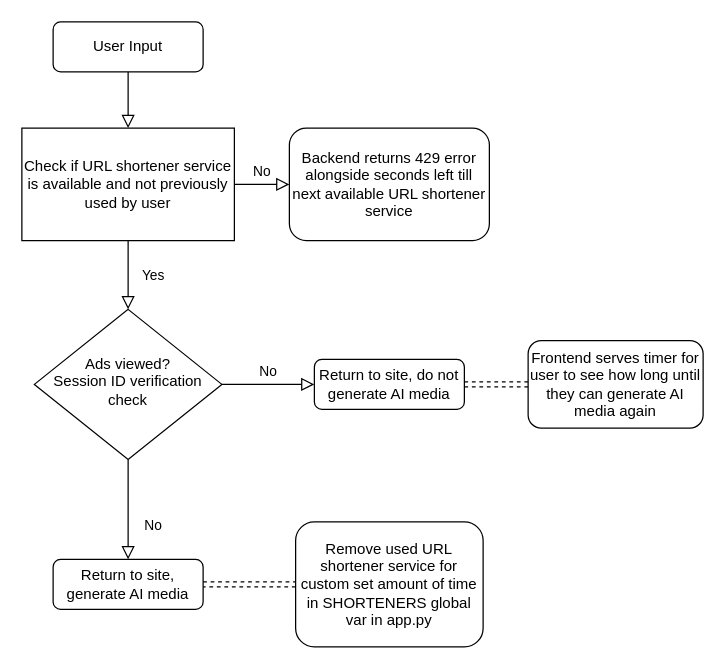
This is Untitled Diagram.drawio from ChristianS2001/Charts, a draw.io file, before an edit. Source tidied: cells renumbered, new cells numbered last; positions are measured from the earlier drawing's top-left corner, leaving out a move shared by most shapes. Both pictures are drawn from the tidied source at 125%, with x=0, y=0 at pixel (21, 21).
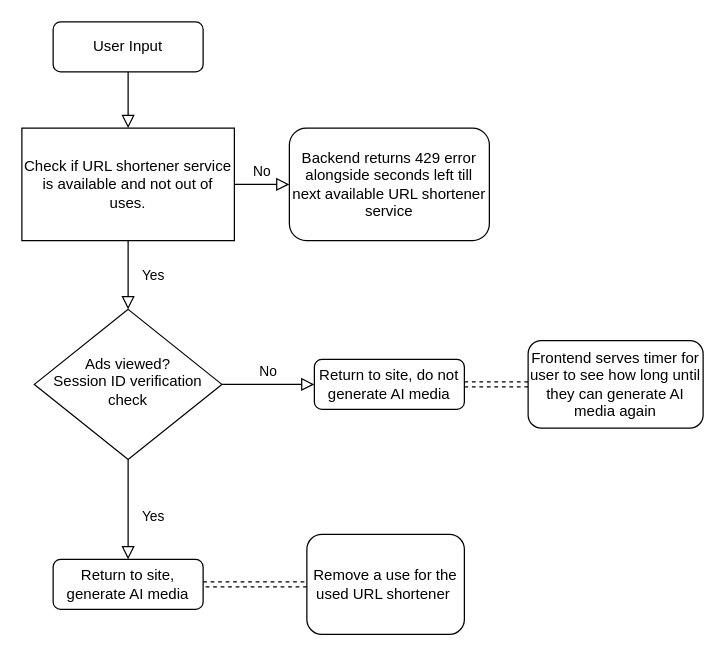
Above is the later version.

What changed in the source:
```diff
@@
 <mxGraphModel>
   <root>
     <mxCell id="0" />
     <mxCell id="1" parent="0" />
     <mxCell id="2" style="rounded=0;html=1;jettySize=auto;fontSize=11;endArrow=block;endFill=0;endSize=8;strokeWidth=1;shadow=0;labelBackgroundColor=none;edgeStyle=orthogonalEdgeStyle;entryX=0.5;entryY=0;entryDx=0;entryDy=0;" parent="1" edge="1" source="3" target="14">
       <mxGeometry relative="1" as="geometry" />
     </mxCell>
     <mxCell id="3" value="User Input" style="rounded=1;whiteSpace=wrap;html=1;fontSize=12;glass=0;strokeWidth=1;shadow=0;" parent="1" vertex="1">
       <mxGeometry x="25" width="120" height="40" as="geometry" />
     </mxCell>
     <mxCell id="4" value="Yes" style="rounded=0;html=1;jettySize=auto;fontSize=11;endArrow=block;endFill=0;endSize=8;strokeWidth=1;shadow=0;labelBackgroundColor=none;edgeStyle=orthogonalEdgeStyle;exitX=0.5;exitY=1;exitDx=0;exitDy=0;" parent="1" edge="1" source="14" target="9">
       <mxGeometry y="20" relative="1" as="geometry" />
     </mxCell>
     <mxCell id="5" value="No" style="edgeStyle=orthogonalEdgeStyle;rounded=0;html=1;jettySize=auto;fontSize=11;endArrow=block;endFill=0;endSize=8;strokeWidth=1;shadow=0;labelBackgroundColor=none;exitX=1;exitY=0.5;exitDx=0;exitDy=0;" parent="1" edge="1" source="14" target="6">
       <mxGeometry y="10" relative="1" as="geometry" />
     </mxCell>
     <mxCell id="6" value="Backend returns 429 error alongside seconds left till next available URL shortener service" style="rounded=1;whiteSpace=wrap;html=1;fontSize=12;glass=0;strokeWidth=1;shadow=0;" parent="1" vertex="1">
       <mxGeometry x="214" y="85" width="160" height="90" as="geometry" />
     </mxCell>
-    <mxCell id="7" value="No" style="rounded=0;html=1;jettySize=auto;fontSize=11;endArrow=block;endFill=0;endSize=8;strokeWidth=1;shadow=0;labelBackgroundColor=none;edgeStyle=orthogonalEdgeStyle;" parent="1" edge="1" source="9" target="11">
+    <mxCell id="7" value="Yes&lt;div&gt;&lt;br&gt;&lt;/div&gt;" style="rounded=0;html=1;jettySize=auto;fontSize=11;endArrow=block;endFill=0;endSize=8;strokeWidth=1;shadow=0;labelBackgroundColor=none;edgeStyle=orthogonalEdgeStyle;" parent="1" edge="1" source="9" target="11">
       <mxGeometry x="0.33" y="20" relative="1" as="geometry" />
     </mxCell>
     <mxCell id="8" value="No" style="edgeStyle=orthogonalEdgeStyle;rounded=0;html=1;jettySize=auto;fontSize=11;endArrow=block;endFill=0;endSize=8;strokeWidth=1;shadow=0;labelBackgroundColor=none;" parent="1" edge="1" source="9" target="13">
       <mxGeometry y="10" relative="1" as="geometry" />
     </mxCell>
     <mxCell id="9" value="Ads viewed?&lt;div&gt;Session ID verification check&lt;/div&gt;" style="rhombus;whiteSpace=wrap;html=1;shadow=0;fontFamily=Helvetica;fontSize=12;align=center;strokeWidth=1;spacing=6;spacingTop=-4;" parent="1" vertex="1">
       <mxGeometry x="10" y="230" width="150" height="120" as="geometry" />
     </mxCell>
     <mxCell id="10" style="edgeStyle=orthogonalEdgeStyle;rounded=0;jettySize=auto;html=1;shape=link;dashed=1;" parent="1" edge="1" source="11" target="15">
       <mxGeometry relative="1" as="geometry" />
     </mxCell>
     <mxCell id="11" value="Return to site, generate AI media" style="rounded=1;whiteSpace=wrap;html=1;fontSize=12;glass=0;strokeWidth=1;shadow=0;" parent="1" vertex="1">
       <mxGeometry x="25" y="430" width="120" height="40" as="geometry" />
     </mxCell>
     <mxCell id="12" style="edgeStyle=orthogonalEdgeStyle;rounded=0;jettySize=auto;html=1;shape=link;dashed=1;" parent="1" edge="1" source="13" target="16">
       <mxGeometry relative="1" as="geometry" />
     </mxCell>
     <mxCell id="13" value="Return to site, do not generate AI media" style="rounded=1;whiteSpace=wrap;html=1;fontSize=12;glass=0;strokeWidth=1;shadow=0;" parent="1" vertex="1">
       <mxGeometry x="234" y="270" width="120" height="40" as="geometry" />
     </mxCell>
-    <mxCell id="14" value="Check if URL shortener service is available and not previously used by user" style="rounded=0;whiteSpace=wrap;html=1;" parent="1" vertex="1">
+    <mxCell id="14" value="Check if URL shortener service is available and not out of uses." style="rounded=0;whiteSpace=wrap;html=1;" parent="1" vertex="1">
       <mxGeometry y="85" width="170" height="90" as="geometry" />
     </mxCell>
-    <mxCell id="15" value="Remove used URL shortener service for custom set amount of time in SHORTENERS global var in app.py" style="rounded=1;whiteSpace=wrap;html=1;" parent="1" vertex="1">
-      <mxGeometry x="219" y="400" width="150" height="100" as="geometry" />
+    <mxCell id="15" value="Remove a use for the used URL shortener&amp;nbsp;" style="rounded=1;whiteSpace=wrap;html=1;" parent="1" vertex="1">
+      <mxGeometry x="228" y="410" width="126" height="80" as="geometry" />
     </mxCell>
     <mxCell id="16" value="Frontend serves timer for user to see how long until they can generate AI media again" style="rounded=1;whiteSpace=wrap;html=1;" parent="1" vertex="1">
       <mxGeometry x="405" y="255" width="140" height="70" as="geometry" />
     </mxCell>
   </root>
 </mxGraphModel>
```
